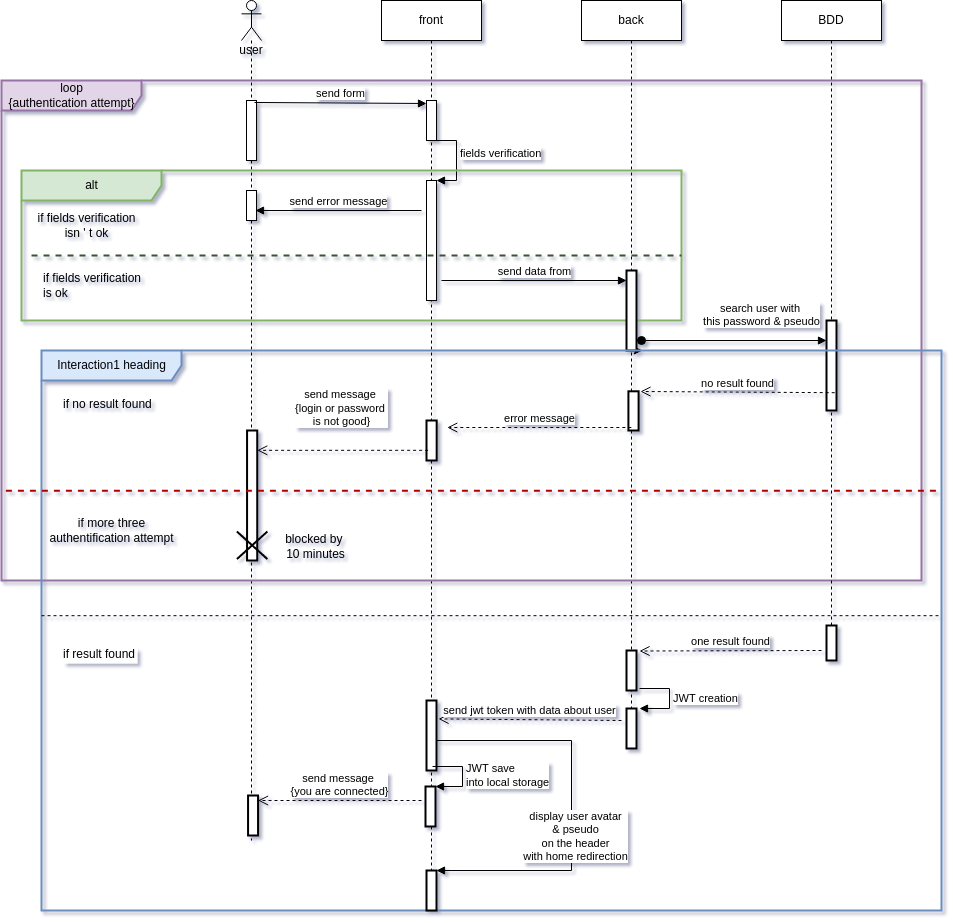
This is Documentation-diagrams/diagrams-img/connection_sequence.drawio.png from aerobi93/Modelisation-UML, a draw.io export, as it was before one commit. Source tidied: cells renumbered, new cells last; positions are measured from the earlier drawing's top-left corner, leaving out a move shared by most shapes.
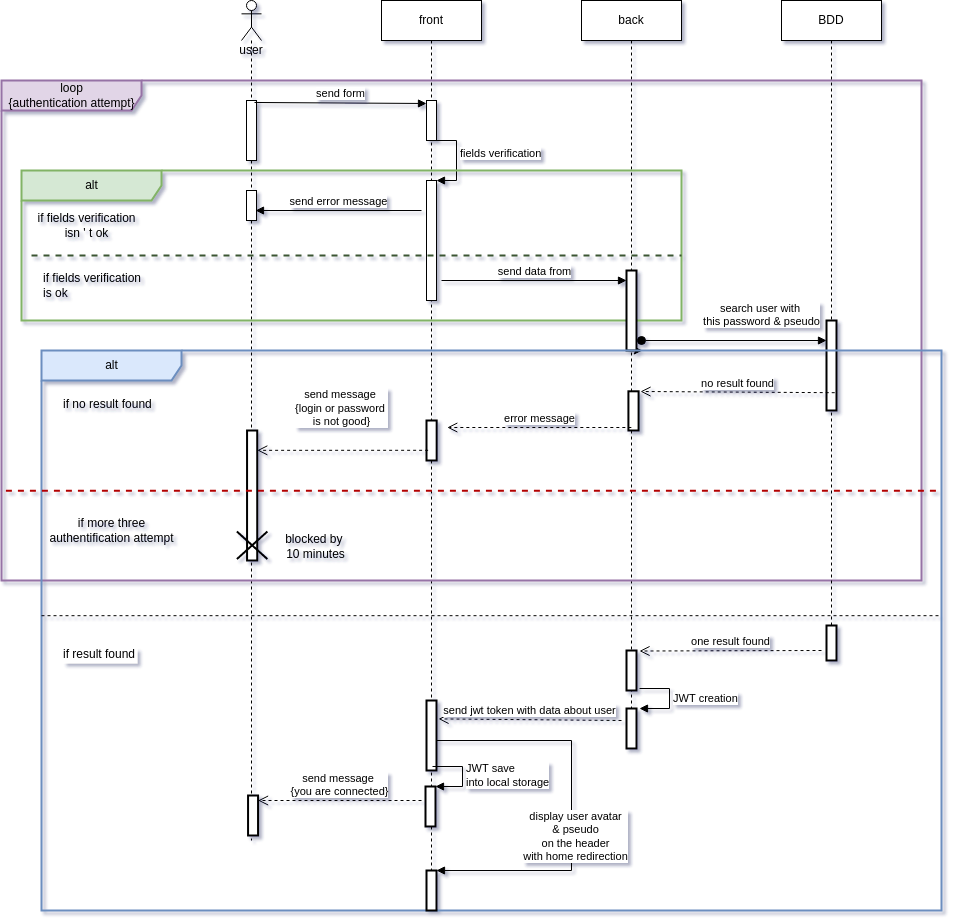
The same file after the commit.

Diff of the diagram source:
```diff
@@ -75,7 +75,7 @@
         <mxPoint x="640" y="340" as="sourcePoint" />
       </mxGeometry>
     </mxCell>
-    <mxCell id="21" value="Interaction1 heading" style="shape=umlFrame;tabWidth=110;tabHeight=30;tabPosition=left;html=1;boundedLbl=1;labelInHeader=1;width=140;height=30;strokeWidth=2;fillColor=#dae8fc;strokeColor=#6c8ebf;" parent="1" vertex="1">
+    <mxCell id="21" value="alt" style="shape=umlFrame;tabWidth=110;tabHeight=30;tabPosition=left;html=1;boundedLbl=1;labelInHeader=1;width=140;height=30;strokeWidth=2;fillColor=#dae8fc;strokeColor=#6c8ebf;" parent="1" vertex="1">
       <mxGeometry x="40" y="350" width="900" height="560" as="geometry" />
     </mxCell>
     <mxCell id="22" value="if no result found" style="text;strokeWidth=2;fillColor=none;" parent="21" vertex="1">
```
